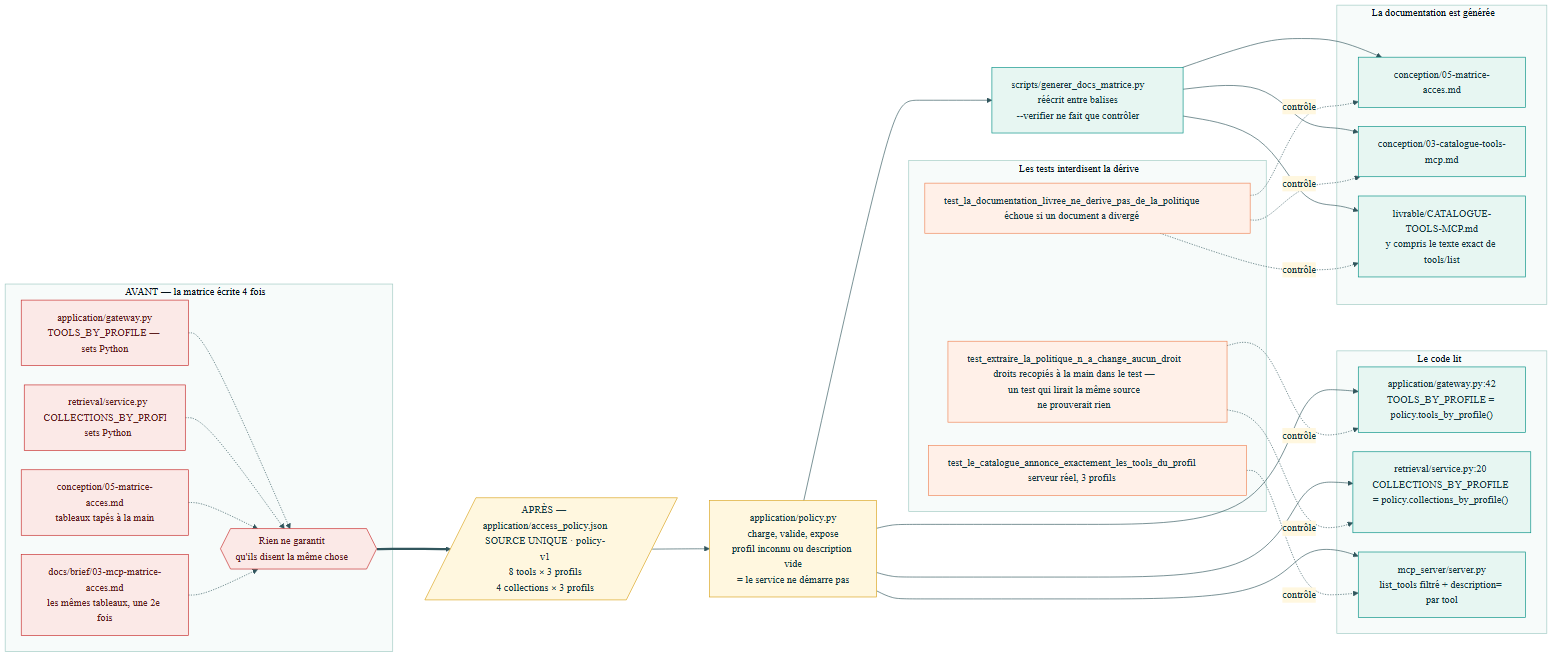
Ganda15/sorabel-gateway keeps this Mermaid diagram as docs/livrable/architecture/diagrams/14-politique-source-unique.png. Above is the earlier version. Its source is kept beside it as docs/livrable/architecture/diagrams/14-politique-source-unique.mmd. Source of this version:
```mermaid
%%{init: {
  "theme": "base",
  "themeVariables": {
    "fontFamily": "Segoe UI, Arial, sans-serif",
    "primaryColor": "#e7f6f2",
    "primaryTextColor": "#17383f",
    "primaryBorderColor": "#008f83",
    "lineColor": "#31565d",
    "secondaryColor": "#fff7df",
    "tertiaryColor": "#fff0e8",
    "clusterBkg": "#f7fbfa",
    "clusterBorder": "#9ec9c2"
  },
  "flowchart": {"useMaxWidth": true, "curve": "basis", "nodeSpacing": 30, "rankSpacing": 50}
}}%%
flowchart LR

  subgraph AVANT["AVANT — la matrice écrite 4 fois"]
    direction TB
    A1["application/gateway.py<br/>TOOLS_BY_PROFILE — sets Python"]
    A2["retrieval/service.py<br/>COLLECTIONS_BY_PROFILE<br/>sets Python"]
    A3["conception/05-matrice-acces.md<br/>tableaux tapés à la main"]
    A4["docs/brief/03-mcp-matrice-acces.md<br/>les mêmes tableaux, une 2e fois"]
    ARQ{{"Rien ne garantit<br/>qu'ils disent la même chose"}}
    A1 -.-> ARQ
    A2 -.-> ARQ
    A3 -.-> ARQ
    A4 -.-> ARQ
  end

  SRC[/"APRÈS — application/access_policy.json<br/>SOURCE UNIQUE · policy-v1<br/>8 tools × 3 profils<br/>4 collections × 3 profils<br/>1 description par tool"/]

  LOAD["application/policy.py<br/>charge, valide, expose<br/>profil inconnu ou description vide<br/>= le service ne démarre pas"]

  subgraph CODE["Le code lit"]
    direction TB
    C1["application/gateway.py:42<br/>TOOLS_BY_PROFILE = policy.tools_by_profile()"]
    C2["retrieval/service.py:20<br/>COLLECTIONS_BY_PROFILE<br/>= policy.collections_by_profile()"]
    C3["mcp_server/server.py<br/>list_tools filtré + description= par tool"]
  end

  subgraph DOCS["La documentation est générée"]
    direction TB
    D1["conception/05-matrice-acces.md"]
    D2["conception/03-catalogue-tools-mcp.md"]
    D3["livrable/CATALOGUE-TOOLS-MCP.md<br/>y compris le texte exact de tools/list"]
  end

  GENE["scripts/generer_docs_matrice.py<br/>réécrit entre balises<br/>--verifier ne fait que contrôler"]

  subgraph TESTS["Les tests interdisent la dérive"]
    direction TB
    T1["test_la_documentation_livree_ne_derive_pas_de_la_politique<br/>échoue si un document a divergé"]
    T2["test_extraire_la_politique_n_a_change_aucun_droit<br/>droits recopiés à la main dans le test —<br/>un test qui lirait la même source<br/>ne prouverait rien"]
    T3["test_le_catalogue_annonce_exactement_les_tools_du_profil<br/>serveur réel, 3 profils"]
  end

  SRC --> LOAD
  LOAD --> C1
  LOAD --> C2
  LOAD --> C3
  LOAD --> GENE
  GENE --> D1
  GENE --> D2
  GENE --> D3
  T1 -. "contrôle" .-> D1
  T1 -. "contrôle" .-> D2
  T1 -. "contrôle" .-> D3
  T2 -. "contrôle" .-> C1
  T2 -. "contrôle" .-> C2
  T3 -. "contrôle" .-> C3
  ARQ ==> SRC

  classDef defaut fill:#fbe9e7,stroke:#c62828,color:#5d1f1f
  classDef source fill:#fff7df,stroke:#d9a21b,color:#17383f
  classDef coeur fill:#e7f6f2,stroke:#008f83,color:#17383f
  classDef controle fill:#fff0e8,stroke:#ef8354,color:#17383f
  class A1,A2,A3,A4,ARQ defaut
  class SRC,LOAD source
  class C1,C2,C3,GENE,D1,D2,D3 coeur
  class T1,T2,T3 controle
```
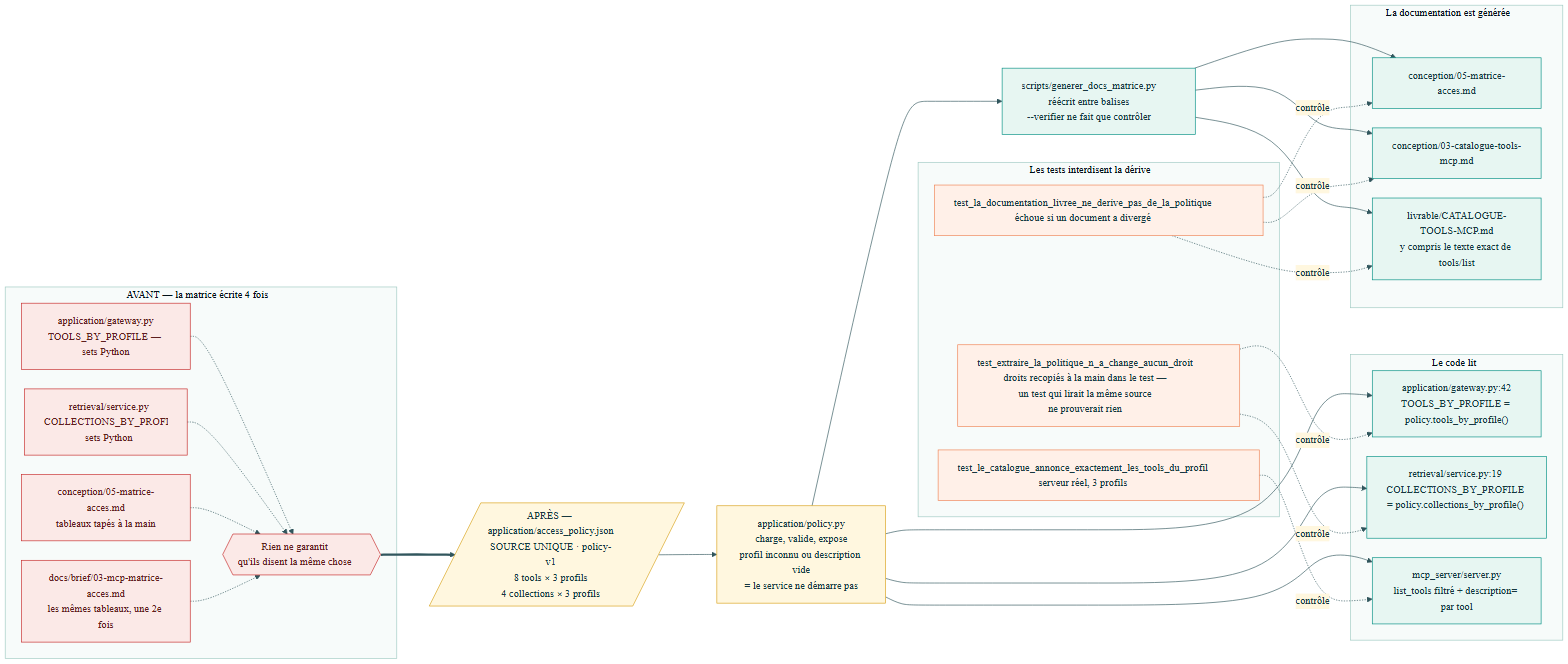
The same file after the commit.

Change to the diagram source:
```diff
@@ -35,7 +35,7 @@
   subgraph CODE["Le code lit"]
     direction TB
     C1["application/gateway.py:42<br/>TOOLS_BY_PROFILE = policy.tools_by_profile()"]
-    C2["retrieval/service.py:20<br/>COLLECTIONS_BY_PROFILE<br/>= policy.collections_by_profile()"]
+    C2["retrieval/service.py:19<br/>COLLECTIONS_BY_PROFILE<br/>= policy.collections_by_profile()"]
     C3["mcp_server/server.py<br/>list_tools filtré + description= par tool"]
   end
 
```
